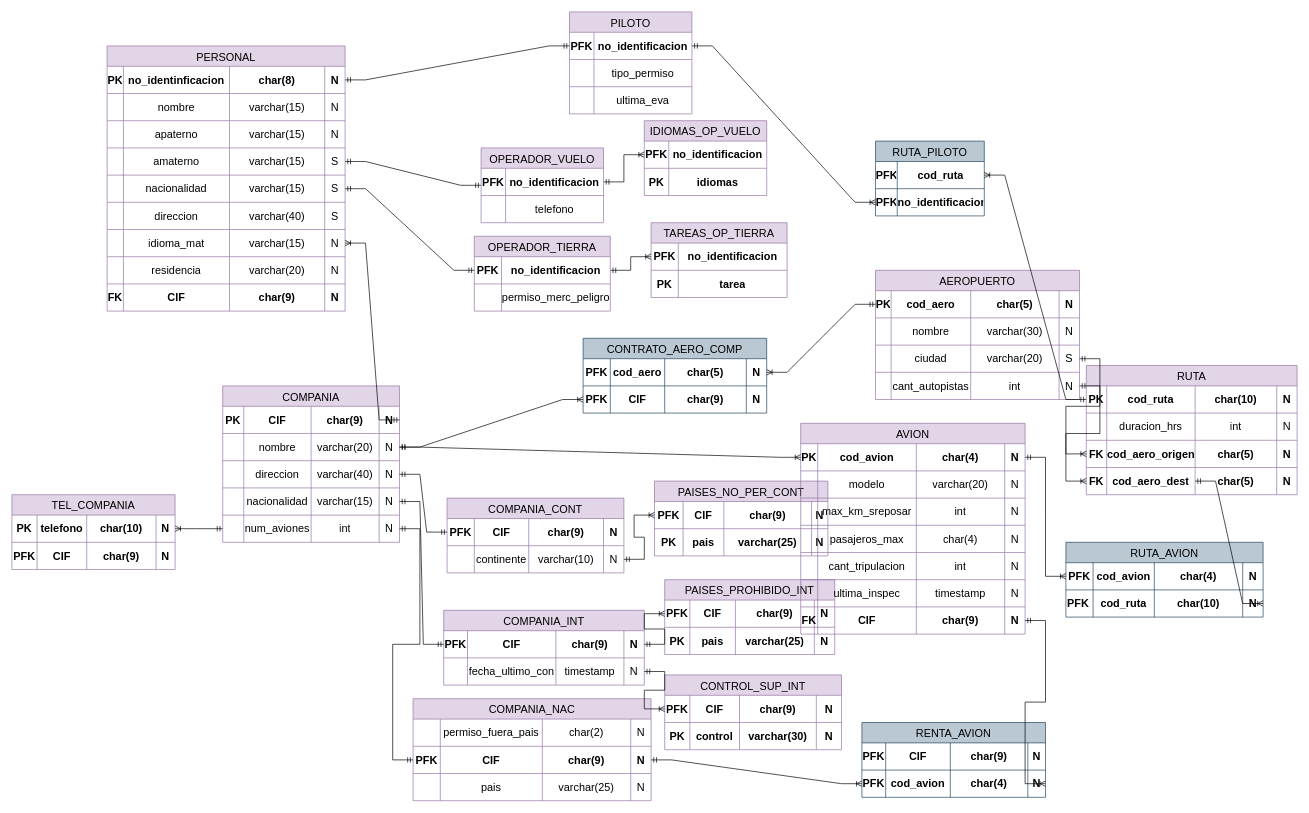
Earlier version of the draw.io diagram Modelo Fisico Aeropuesto TBD.drawio (misiomishi/itcj). Source tidied: cells renumbered, new cells numbered last; positions are measured from the earlier drawing's top-left corner, leaving out a move shared by most shapes. Both pictures are drawn from the tidied source at 68%, with x=0, y=0 at pixel (12, 12).
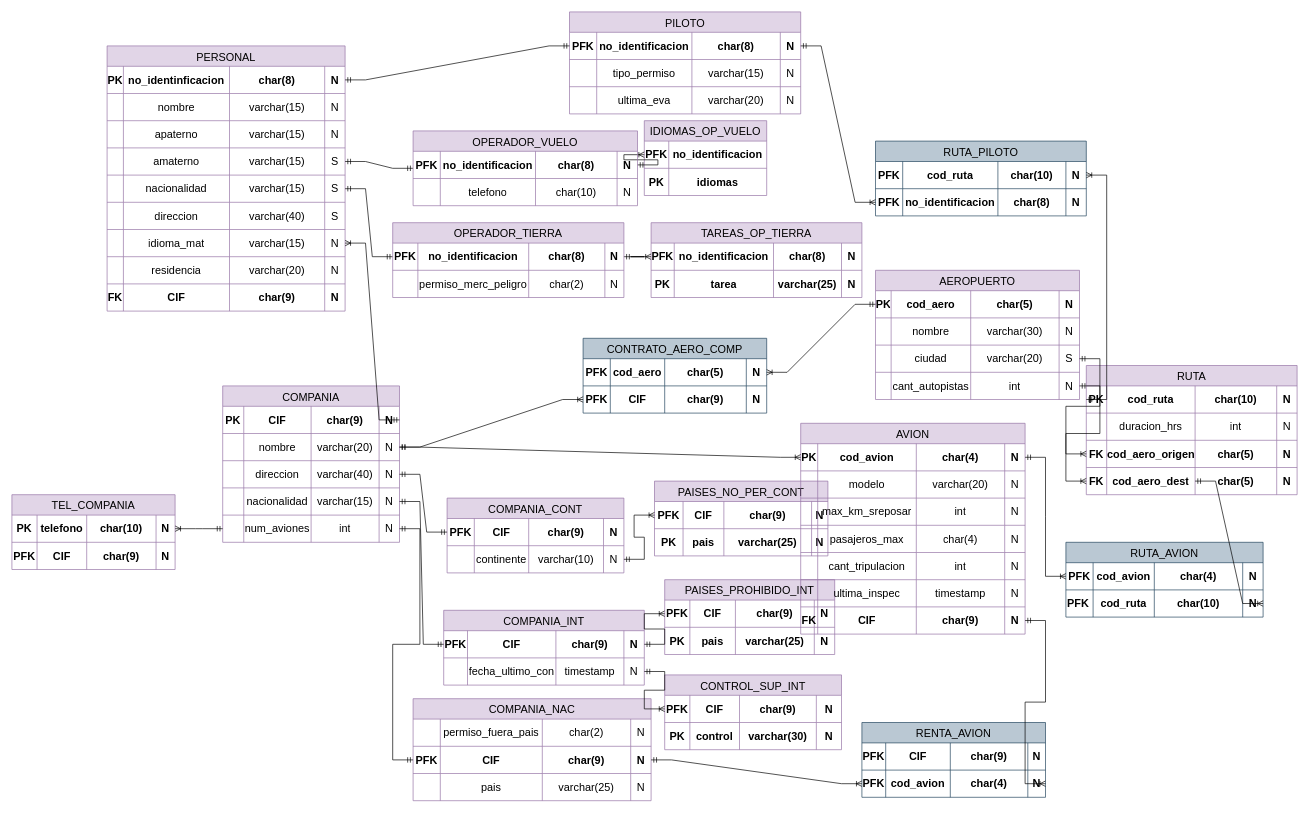
The same diagram, later.

Change to the diagram source:
```diff
@@
     <mxCell id="163" value="TAREAS_OP_TIERRA" style="shape=table;startSize=30;childLayout=tableLayout;strokeColor=#9673a6;fontSize=16;fillColor=#e1d5e7;" parent="1" vertex="1">
-      <mxGeometry x="940" y="310" width="200" height="110" as="geometry" />
+      <mxGeometry x="940" y="310" width="310" height="110" as="geometry" />
     </mxCell>
     <mxCell id="164" style="shape=tableRow;horizontal=0;startSize=0;swimlaneHead=0;swimlaneBody=0;strokeColor=inherit;top=0;left=0;bottom=0;right=0;fillColor=none;points=[[0,0.5],[1,0.5]];portConstraint=eastwest;fontSize=16;" parent="163" vertex="1">
-      <mxGeometry y="30" width="200" height="40" as="geometry" />
+      <mxGeometry y="30" width="310" height="40" as="geometry" />
     </mxCell>
     <mxCell id="165" value="PFK" style="shape=partialRectangle;html=1;whiteSpace=wrap;strokeColor=inherit;overflow=hidden;fillColor=none;top=0;left=0;bottom=0;right=0;fontSize=16;fontStyle=1;" parent="164" vertex="1">
-      <mxGeometry width="40" height="40" as="geometry" />
+      <mxGeometry width="34" height="40" as="geometry" />
     </mxCell>
     <mxCell id="166" value="no_identificacion" style="shape=partialRectangle;html=1;whiteSpace=wrap;strokeColor=inherit;overflow=hidden;fillColor=none;top=0;left=0;bottom=0;right=0;fontSize=16;fontStyle=1;" parent="164" vertex="1">
-      <mxGeometry x="40" width="160" height="40" as="geometry" />
+      <mxGeometry x="34" width="146" height="40" as="geometry" />
     </mxCell>
+    <mxCell id="336" value="char(8)" style="shape=partialRectangle;html=1;whiteSpace=wrap;strokeColor=inherit;overflow=hidden;fillColor=none;top=0;left=0;bottom=0;right=0;fontSize=16;fontStyle=1;" parent="164" vertex="1">
+      <mxGeometry x="180" width="100" height="40" as="geometry" />
+    </mxCell>
+    <mxCell id="337" value="N" style="shape=partialRectangle;html=1;whiteSpace=wrap;strokeColor=inherit;overflow=hidden;fillColor=none;top=0;left=0;bottom=0;right=0;fontSize=16;fontStyle=1;" parent="164" vertex="1">
+      <mxGeometry x="280" width="30" height="40" as="geometry" />
+    </mxCell>
     <mxCell id="167" style="shape=tableRow;horizontal=0;startSize=0;swimlaneHead=0;swimlaneBody=0;strokeColor=inherit;top=0;left=0;bottom=0;right=0;fillColor=none;fontSize=16;" parent="163" vertex="1">
-      <mxGeometry y="70" width="200" height="40" as="geometry" />
+      <mxGeometry y="70" width="310" height="40" as="geometry" />
     </mxCell>
     <mxCell id="168" value="PK" style="shape=partialRectangle;html=1;whiteSpace=wrap;strokeColor=inherit;overflow=hidden;fillColor=none;top=0;left=0;bottom=0;right=0;fontSize=16;fontStyle=1;" parent="167" vertex="1">
-      <mxGeometry width="40" height="40" as="geometry" />
+      <mxGeometry width="34" height="40" as="geometry" />
     </mxCell>
     <mxCell id="169" value="tarea" style="shape=partialRectangle;html=1;whiteSpace=wrap;strokeColor=inherit;overflow=hidden;fillColor=none;top=0;left=0;bottom=0;right=0;fontSize=16;fontStyle=1;" parent="167" vertex="1">
-      <mxGeometry x="40" width="160" height="40" as="geometry" />
+      <mxGeometry x="34" width="146" height="40" as="geometry" />
     </mxCell>
+    <mxCell id="338" value="varchar(25)" style="shape=partialRectangle;html=1;whiteSpace=wrap;strokeColor=inherit;overflow=hidden;fillColor=none;top=0;left=0;bottom=0;right=0;fontSize=16;fontStyle=1;" parent="167" vertex="1">
+      <mxGeometry x="180" width="100" height="40" as="geometry" />
+    </mxCell>
+    <mxCell id="339" value="N" style="shape=partialRectangle;html=1;whiteSpace=wrap;strokeColor=inherit;overflow=hidden;fillColor=none;top=0;left=0;bottom=0;right=0;fontSize=16;fontStyle=1;" parent="167" vertex="1">
+      <mxGeometry x="280" width="30" height="40" as="geometry" />
+    </mxCell>
     <mxCell id="170" value="PILOTO" style="shape=table;startSize=30;childLayout=tableLayout;strokeColor=#9673a6;fontSize=16;fillColor=#e1d5e7;" parent="1" vertex="1">
-      <mxGeometry x="820" width="180" height="150" as="geometry" />
+      <mxGeometry x="820" width="340" height="150" as="geometry" />
     </mxCell>
     <mxCell id="171" style="shape=tableRow;horizontal=0;startSize=0;swimlaneHead=0;swimlaneBody=0;strokeColor=inherit;top=0;left=0;bottom=0;right=0;fillColor=none;points=[[0,0.5],[1,0.5]];portConstraint=eastwest;fontSize=16;" parent="170" vertex="1">
-      <mxGeometry y="30" width="180" height="40" as="geometry" />
+      <mxGeometry y="30" width="340" height="40" as="geometry" />
     </mxCell>
     <mxCell id="172" value="PFK" style="shape=partialRectangle;html=1;whiteSpace=wrap;strokeColor=inherit;overflow=hidden;fillColor=none;top=0;left=0;bottom=0;right=0;fontSize=16;fontStyle=1;" parent="171" vertex="1">
-      <mxGeometry width="36" height="40" as="geometry" />
+      <mxGeometry width="40" height="40" as="geometry" />
     </mxCell>
     <mxCell id="173" value="no_identificacion" style="shape=partialRectangle;html=1;whiteSpace=wrap;strokeColor=inherit;overflow=hidden;fillColor=none;top=0;left=0;bottom=0;right=0;fontSize=16;fontStyle=1;" parent="171" vertex="1">
-      <mxGeometry x="36" width="144" height="40" as="geometry" />
+      <mxGeometry x="40" width="140" height="40" as="geometry" />
     </mxCell>
+    <mxCell id="340" value="char(8)" style="shape=partialRectangle;html=1;whiteSpace=wrap;strokeColor=inherit;overflow=hidden;fillColor=none;top=0;left=0;bottom=0;right=0;fontSize=16;fontStyle=1;" parent="171" vertex="1">
+      <mxGeometry x="180" width="130" height="40" as="geometry" />
+    </mxCell>
+    <mxCell id="341" value="N" style="shape=partialRectangle;html=1;whiteSpace=wrap;strokeColor=inherit;overflow=hidden;fillColor=none;top=0;left=0;bottom=0;right=0;fontSize=16;fontStyle=1;" parent="171" vertex="1">
+      <mxGeometry x="310" width="30" height="40" as="geometry" />
+    </mxCell>
     <mxCell id="174" style="shape=tableRow;horizontal=0;startSize=0;swimlaneHead=0;swimlaneBody=0;strokeColor=inherit;top=0;left=0;bottom=0;right=0;fillColor=none;fontSize=16;" parent="170" vertex="1">
-      <mxGeometry y="70" width="180" height="40" as="geometry" />
+      <mxGeometry y="70" width="340" height="40" as="geometry" />
     </mxCell>
     <mxCell id="175" style="shape=partialRectangle;html=1;whiteSpace=wrap;strokeColor=inherit;overflow=hidden;fillColor=none;top=0;left=0;bottom=0;right=0;fontSize=16;" parent="174" vertex="1">
-      <mxGeometry width="36" height="40" as="geometry" />
+      <mxGeometry width="40" height="40" as="geometry" />
     </mxCell>
     <mxCell id="176" value="tipo_permiso" style="shape=partialRectangle;html=1;whiteSpace=wrap;strokeColor=inherit;overflow=hidden;fillColor=none;top=0;left=0;bottom=0;right=0;fontSize=16;" parent="174" vertex="1">
-      <mxGeometry x="36" width="144" height="40" as="geometry" />
+      <mxGeometry x="40" width="140" height="40" as="geometry" />
     </mxCell>
+    <mxCell id="342" value="varchar(15)" style="shape=partialRectangle;html=1;whiteSpace=wrap;strokeColor=inherit;overflow=hidden;fillColor=none;top=0;left=0;bottom=0;right=0;fontSize=16;" parent="174" vertex="1">
+      <mxGeometry x="180" width="130" height="40" as="geometry" />
+    </mxCell>
+    <mxCell id="343" value="N" style="shape=partialRectangle;html=1;whiteSpace=wrap;strokeColor=inherit;overflow=hidden;fillColor=none;top=0;left=0;bottom=0;right=0;fontSize=16;" parent="174" vertex="1">
+      <mxGeometry x="310" width="30" height="40" as="geometry" />
+    </mxCell>
     <mxCell id="177" style="shape=tableRow;horizontal=0;startSize=0;swimlaneHead=0;swimlaneBody=0;strokeColor=inherit;top=0;left=0;bottom=0;right=0;fillColor=none;fontSize=16;" parent="170" vertex="1">
-      <mxGeometry y="110" width="180" height="40" as="geometry" />
+      <mxGeometry y="110" width="340" height="40" as="geometry" />
     </mxCell>
     <mxCell id="178" style="shape=partialRectangle;html=1;whiteSpace=wrap;strokeColor=inherit;overflow=hidden;fillColor=none;top=0;left=0;bottom=0;right=0;fontSize=16;" parent="177" vertex="1">
-      <mxGeometry width="36" height="40" as="geometry" />
+      <mxGeometry width="40" height="40" as="geometry" />
     </mxCell>
     <mxCell id="179" value="ultima_eva" style="shape=partialRectangle;html=1;whiteSpace=wrap;strokeColor=inherit;overflow=hidden;fillColor=none;top=0;left=0;bottom=0;right=0;fontSize=16;" parent="177" vertex="1">
-      <mxGeometry x="36" width="144" height="40" as="geometry" />
+      <mxGeometry x="40" width="140" height="40" as="geometry" />
     </mxCell>
+    <mxCell id="344" value="varchar(20)" style="shape=partialRectangle;html=1;whiteSpace=wrap;strokeColor=inherit;overflow=hidden;fillColor=none;top=0;left=0;bottom=0;right=0;fontSize=16;" parent="177" vertex="1">
+      <mxGeometry x="180" width="130" height="40" as="geometry" />
+    </mxCell>
+    <mxCell id="345" value="N" style="shape=partialRectangle;html=1;whiteSpace=wrap;strokeColor=inherit;overflow=hidden;fillColor=none;top=0;left=0;bottom=0;right=0;fontSize=16;" parent="177" vertex="1">
+      <mxGeometry x="310" width="30" height="40" as="geometry" />
+    </mxCell>
@@
     <mxCell id="303" value="RUTA_PILOTO" style="shape=table;startSize=30;childLayout=tableLayout;strokeColor=#23445d;fontSize=16;fillColor=#bac8d3;" parent="1" vertex="1">
-      <mxGeometry x="1270" y="190" width="160" height="110" as="geometry" />
+      <mxGeometry x="1270" y="190" width="310" height="110" as="geometry" />
     </mxCell>
     <mxCell id="304" style="shape=tableRow;horizontal=0;startSize=0;swimlaneHead=0;swimlaneBody=0;strokeColor=inherit;top=0;left=0;bottom=0;right=0;fillColor=none;points=[[0,0.5],[1,0.5]];portConstraint=eastwest;fontSize=16;fontStyle=1;" parent="303" vertex="1">
-      <mxGeometry y="30" width="160" height="40" as="geometry" />
+      <mxGeometry y="30" width="310" height="40" as="geometry" />
     </mxCell>
     <mxCell id="305" value="PFK" style="shape=partialRectangle;html=1;whiteSpace=wrap;strokeColor=inherit;overflow=hidden;fillColor=none;top=0;left=0;bottom=0;right=0;fontSize=16;fontStyle=1;" parent="304" vertex="1">
-      <mxGeometry width="32" height="40" as="geometry" />
+      <mxGeometry width="40" height="40" as="geometry" />
     </mxCell>
     <mxCell id="306" value="cod_ruta" style="shape=partialRectangle;html=1;whiteSpace=wrap;strokeColor=inherit;overflow=hidden;fillColor=none;top=0;left=0;bottom=0;right=0;fontSize=16;fontStyle=1;" parent="304" vertex="1">
-      <mxGeometry x="32" width="128" height="40" as="geometry" />
+      <mxGeometry x="40" width="140" height="40" as="geometry" />
     </mxCell>
+    <mxCell id="346" value="char(10)" style="shape=partialRectangle;html=1;whiteSpace=wrap;strokeColor=inherit;overflow=hidden;fillColor=none;top=0;left=0;bottom=0;right=0;fontSize=16;fontStyle=1;" parent="304" vertex="1">
+      <mxGeometry x="180" width="100" height="40" as="geometry" />
+    </mxCell>
+    <mxCell id="347" value="N" style="shape=partialRectangle;html=1;whiteSpace=wrap;strokeColor=inherit;overflow=hidden;fillColor=none;top=0;left=0;bottom=0;right=0;fontSize=16;fontStyle=1;" parent="304" vertex="1">
+      <mxGeometry x="280" width="30" height="40" as="geometry" />
+    </mxCell>
     <mxCell id="307" style="shape=tableRow;horizontal=0;startSize=0;swimlaneHead=0;swimlaneBody=0;strokeColor=inherit;top=0;left=0;bottom=0;right=0;fillColor=none;points=[[0,0.5],[1,0.5]];portConstraint=eastwest;fontSize=16;fontStyle=1;" parent="303" vertex="1">
-      <mxGeometry y="70" width="160" height="40" as="geometry" />
+      <mxGeometry y="70" width="310" height="40" as="geometry" />
     </mxCell>
     <mxCell id="308" value="PFK" style="shape=partialRectangle;html=1;whiteSpace=wrap;strokeColor=inherit;overflow=hidden;fillColor=none;top=0;left=0;bottom=0;right=0;fontSize=16;fontStyle=1;" parent="307" vertex="1">
-      <mxGeometry width="32" height="40" as="geometry" />
+      <mxGeometry width="40" height="40" as="geometry" />
     </mxCell>
     <mxCell id="309" value="no_identificacion" style="shape=partialRectangle;html=1;whiteSpace=wrap;strokeColor=inherit;overflow=hidden;fillColor=none;top=0;left=0;bottom=0;right=0;fontSize=16;fontStyle=1;" parent="307" vertex="1">
-      <mxGeometry x="32" width="128" height="40" as="geometry" />
+      <mxGeometry x="40" width="140" height="40" as="geometry" />
     </mxCell>
+    <mxCell id="348" value="char(8)" style="shape=partialRectangle;html=1;whiteSpace=wrap;strokeColor=inherit;overflow=hidden;fillColor=none;top=0;left=0;bottom=0;right=0;fontSize=16;fontStyle=1;" parent="307" vertex="1">
+      <mxGeometry x="180" width="100" height="40" as="geometry" />
+    </mxCell>
+    <mxCell id="349" value="N" style="shape=partialRectangle;html=1;whiteSpace=wrap;strokeColor=inherit;overflow=hidden;fillColor=none;top=0;left=0;bottom=0;right=0;fontSize=16;fontStyle=1;" parent="307" vertex="1">
+      <mxGeometry x="280" width="30" height="40" as="geometry" />
+    </mxCell>
@@
     <mxCell id="321" value="OPERADOR_VUELO" style="shape=table;startSize=30;childLayout=tableLayout;strokeColor=#9673a6;fontSize=16;fillColor=#e1d5e7;" parent="1" vertex="1">
-      <mxGeometry x="690" y="200" width="180" height="110" as="geometry" />
+      <mxGeometry x="590" y="175" width="330" height="110" as="geometry" />
     </mxCell>
     <mxCell id="322" style="shape=tableRow;horizontal=0;startSize=0;swimlaneHead=0;swimlaneBody=0;strokeColor=inherit;top=0;left=0;bottom=0;right=0;fillColor=none;points=[[0,0.5],[1,0.5]];portConstraint=eastwest;fontSize=16;" parent="321" vertex="1">
-      <mxGeometry y="30" width="180" height="40" as="geometry" />
+      <mxGeometry y="30" width="330" height="40" as="geometry" />
     </mxCell>
     <mxCell id="323" value="PFK" style="shape=partialRectangle;html=1;whiteSpace=wrap;strokeColor=inherit;overflow=hidden;fillColor=none;top=0;left=0;bottom=0;right=0;fontSize=16;fontStyle=1;" parent="322" vertex="1">
-      <mxGeometry width="36" height="40" as="geometry" />
+      <mxGeometry width="40" height="40" as="geometry" />
     </mxCell>
     <mxCell id="324" value="no_identificacion" style="shape=partialRectangle;html=1;whiteSpace=wrap;strokeColor=inherit;overflow=hidden;fillColor=none;top=0;left=0;bottom=0;right=0;fontSize=16;fontStyle=1;" parent="322" vertex="1">
-      <mxGeometry x="36" width="144" height="40" as="geometry" />
+      <mxGeometry x="40" width="140" height="40" as="geometry" />
     </mxCell>
+    <mxCell id="350" value="char(8)" style="shape=partialRectangle;html=1;whiteSpace=wrap;strokeColor=inherit;overflow=hidden;fillColor=none;top=0;left=0;bottom=0;right=0;fontSize=16;fontStyle=1;" parent="322" vertex="1">
+      <mxGeometry x="180" width="120" height="40" as="geometry" />
+    </mxCell>
+    <mxCell id="351" value="N" style="shape=partialRectangle;html=1;whiteSpace=wrap;strokeColor=inherit;overflow=hidden;fillColor=none;top=0;left=0;bottom=0;right=0;fontSize=16;fontStyle=1;" parent="322" vertex="1">
+      <mxGeometry x="300" width="30" height="40" as="geometry" />
+    </mxCell>
     <mxCell id="325" style="shape=tableRow;horizontal=0;startSize=0;swimlaneHead=0;swimlaneBody=0;strokeColor=inherit;top=0;left=0;bottom=0;right=0;fillColor=none;fontSize=16;" parent="321" vertex="1">
-      <mxGeometry y="70" width="180" height="40" as="geometry" />
+      <mxGeometry y="70" width="330" height="40" as="geometry" />
     </mxCell>
     <mxCell id="326" style="shape=partialRectangle;html=1;whiteSpace=wrap;strokeColor=inherit;overflow=hidden;fillColor=none;top=0;left=0;bottom=0;right=0;fontSize=16;" parent="325" vertex="1">
-      <mxGeometry width="36" height="40" as="geometry" />
+      <mxGeometry width="40" height="40" as="geometry" />
     </mxCell>
     <mxCell id="327" value="telefono" style="shape=partialRectangle;html=1;whiteSpace=wrap;strokeColor=inherit;overflow=hidden;fillColor=none;top=0;left=0;bottom=0;right=0;fontSize=16;" parent="325" vertex="1">
-      <mxGeometry x="36" width="144" height="40" as="geometry" />
+      <mxGeometry x="40" width="140" height="40" as="geometry" />
     </mxCell>
+    <mxCell id="352" value="char(10)" style="shape=partialRectangle;html=1;whiteSpace=wrap;strokeColor=inherit;overflow=hidden;fillColor=none;top=0;left=0;bottom=0;right=0;fontSize=16;" parent="325" vertex="1">
+      <mxGeometry x="180" width="120" height="40" as="geometry" />
+    </mxCell>
+    <mxCell id="353" value="N" style="shape=partialRectangle;html=1;whiteSpace=wrap;strokeColor=inherit;overflow=hidden;fillColor=none;top=0;left=0;bottom=0;right=0;fontSize=16;" parent="325" vertex="1">
+      <mxGeometry x="300" width="30" height="40" as="geometry" />
+    </mxCell>
     <mxCell id="328" value="OPERADOR_TIERRA" style="shape=table;startSize=30;childLayout=tableLayout;strokeColor=#9673a6;fontSize=16;fillColor=#e1d5e7;" parent="1" vertex="1">
-      <mxGeometry x="680" y="330" width="200" height="110" as="geometry" />
+      <mxGeometry x="560" y="310" width="340" height="110" as="geometry" />
     </mxCell>
     <mxCell id="329" style="shape=tableRow;horizontal=0;startSize=0;swimlaneHead=0;swimlaneBody=0;strokeColor=inherit;top=0;left=0;bottom=0;right=0;fillColor=none;points=[[0,0.5],[1,0.5]];portConstraint=eastwest;fontSize=16;" parent="328" vertex="1">
-      <mxGeometry y="30" width="200" height="40" as="geometry" />
+      <mxGeometry y="30" width="340" height="40" as="geometry" />
     </mxCell>
     <mxCell id="330" value="PFK" style="shape=partialRectangle;html=1;whiteSpace=wrap;strokeColor=inherit;overflow=hidden;fillColor=none;top=0;left=0;bottom=0;right=0;fontSize=16;fontStyle=1;" parent="329" vertex="1">
-      <mxGeometry width="40" height="40" as="geometry" />
+      <mxGeometry width="37" height="40" as="geometry" />
     </mxCell>
     <mxCell id="331" value="no_identificacion" style="shape=partialRectangle;html=1;whiteSpace=wrap;strokeColor=inherit;overflow=hidden;fillColor=none;top=0;left=0;bottom=0;right=0;fontSize=16;fontStyle=1;" parent="329" vertex="1">
-      <mxGeometry x="40" width="160" height="40" as="geometry" />
+      <mxGeometry x="37" width="163" height="40" as="geometry" />
     </mxCell>
+    <mxCell id="354" value="char(8)" style="shape=partialRectangle;html=1;whiteSpace=wrap;strokeColor=inherit;overflow=hidden;fillColor=none;top=0;left=0;bottom=0;right=0;fontSize=16;fontStyle=1;" parent="329" vertex="1">
+      <mxGeometry x="200" width="112" height="40" as="geometry" />
+    </mxCell>
+    <mxCell id="355" value="N" style="shape=partialRectangle;html=1;whiteSpace=wrap;strokeColor=inherit;overflow=hidden;fillColor=none;top=0;left=0;bottom=0;right=0;fontSize=16;fontStyle=1;" parent="329" vertex="1">
+      <mxGeometry x="312" width="28" height="40" as="geometry" />
+    </mxCell>
     <mxCell id="332" style="shape=tableRow;horizontal=0;startSize=0;swimlaneHead=0;swimlaneBody=0;strokeColor=inherit;top=0;left=0;bottom=0;right=0;fillColor=none;fontSize=16;" parent="328" vertex="1">
-      <mxGeometry y="70" width="200" height="40" as="geometry" />
+      <mxGeometry y="70" width="340" height="40" as="geometry" />
     </mxCell>
     <mxCell id="333" style="shape=partialRectangle;html=1;whiteSpace=wrap;strokeColor=inherit;overflow=hidden;fillColor=none;top=0;left=0;bottom=0;right=0;fontSize=16;" parent="332" vertex="1">
-      <mxGeometry width="40" height="40" as="geometry" />
+      <mxGeometry width="37" height="40" as="geometry" />
     </mxCell>
     <mxCell id="334" value="permiso_merc_peligro" style="shape=partialRectangle;html=1;whiteSpace=wrap;strokeColor=inherit;overflow=hidden;fillColor=none;top=0;left=0;bottom=0;right=0;fontSize=16;" parent="332" vertex="1">
-      <mxGeometry x="40" width="160" height="40" as="geometry" />
+      <mxGeometry x="37" width="163" height="40" as="geometry" />
     </mxCell>
+    <mxCell id="356" value="char(2)" style="shape=partialRectangle;html=1;whiteSpace=wrap;strokeColor=inherit;overflow=hidden;fillColor=none;top=0;left=0;bottom=0;right=0;fontSize=16;" parent="332" vertex="1">
+      <mxGeometry x="200" width="112" height="40" as="geometry" />
+    </mxCell>
+    <mxCell id="357" value="N" style="shape=partialRectangle;html=1;whiteSpace=wrap;strokeColor=inherit;overflow=hidden;fillColor=none;top=0;left=0;bottom=0;right=0;fontSize=16;" parent="332" vertex="1">
+      <mxGeometry x="312" width="28" height="40" as="geometry" />
+    </mxCell>
```
